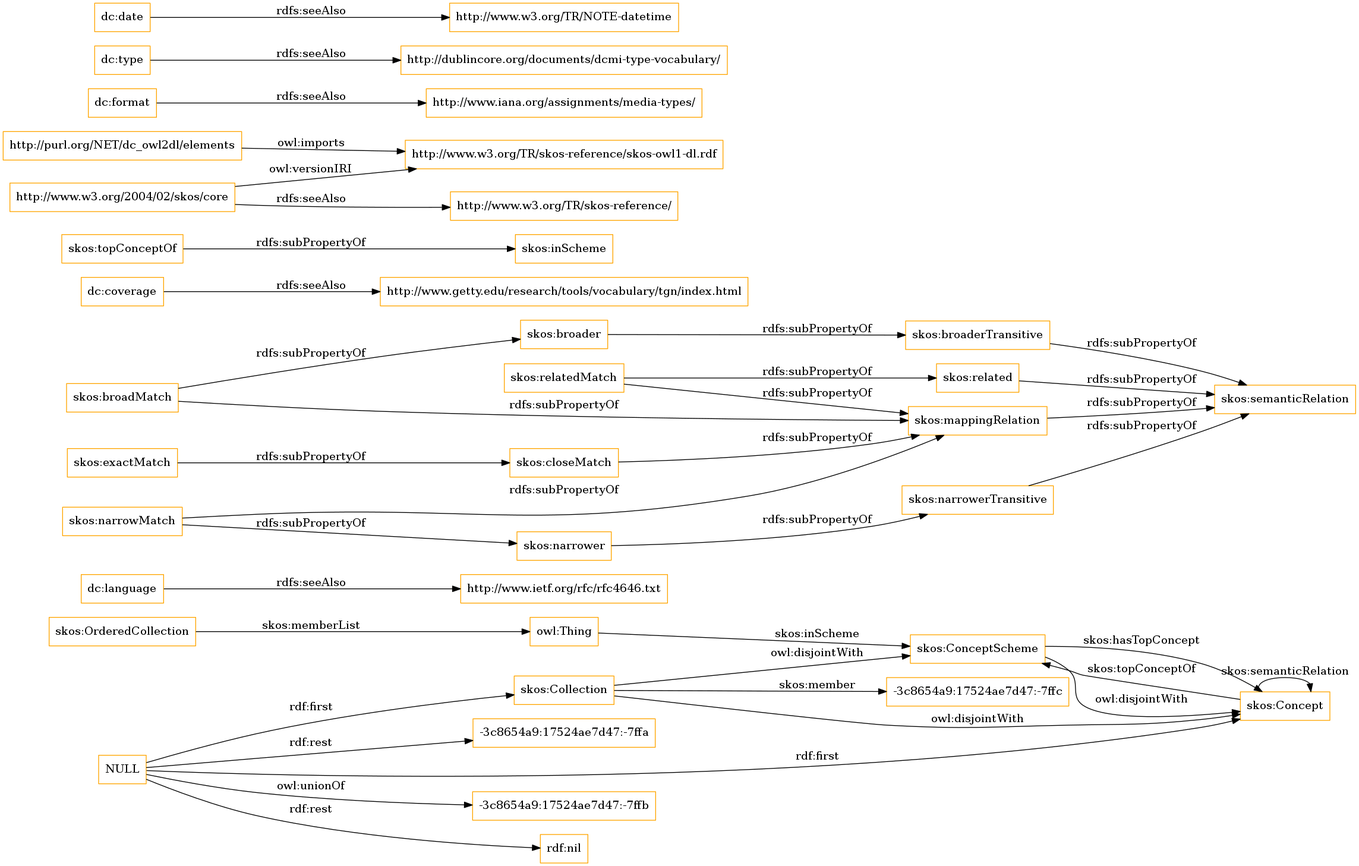
This is OnToology/imports/elements.owl/diagrams/ar2dtool-class/elements.owl.png from OnToologyUser/core-ontology-1, a Graphviz export, as it was before one commit. Its source is kept beside it as OnToology/imports/elements.owl/diagrams/ar2dtool-class/elements.owl.png.dot.
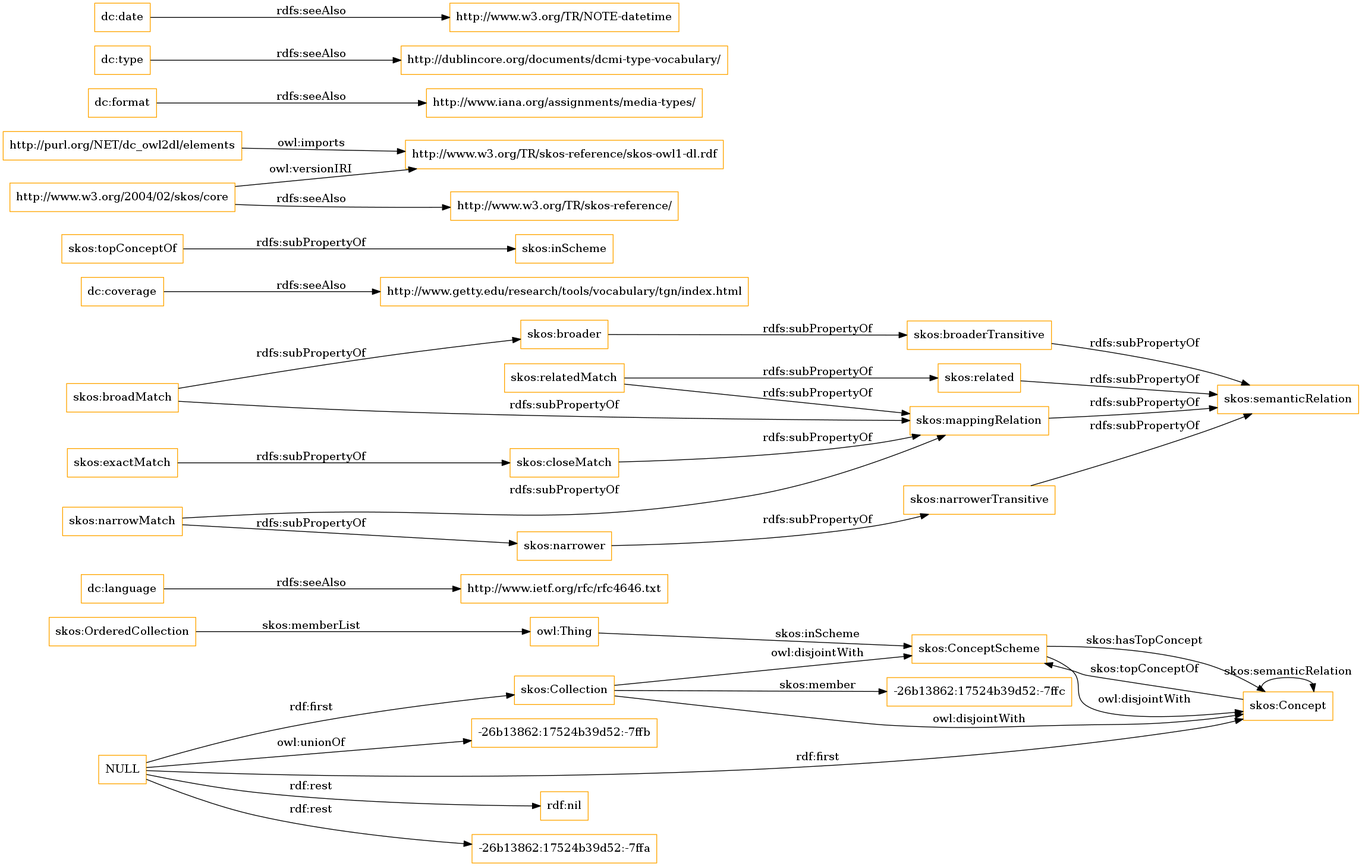
After the change.

Change to the diagram source:
```diff
@@ -1,13 +1,13 @@
 digraph ar2dtool_diagram {
 rankdir=LR;
 size="1501"
-node [shape = rectangle, color="orange"]; "-3c8654a9:17524ae7d47:-7ffc" "skos:OrderedCollection" "skos:Collection" "skos:ConceptScheme" "skos:Concept" ; /*classes style*/
+node [shape = rectangle, color="orange"]; "-26b13862:17524b39d52:-7ffc" "skos:OrderedCollection" "skos:Collection" "skos:ConceptScheme" "skos:Concept" ; /*classes style*/
 	"dc:language" -> "http://www.ietf.org/rfc/rfc4646.txt" [ label = "rdfs:seeAlso" ];
-	"NULL" -> "-3c8654a9:17524ae7d47:-7ffb" [ label = "owl:unionOf" ];
 	"NULL" -> "rdf:nil" [ label = "rdf:rest" ];
 	"NULL" -> "skos:Collection" [ label = "rdf:first" ];
-	"NULL" -> "-3c8654a9:17524ae7d47:-7ffa" [ label = "rdf:rest" ];
+	"NULL" -> "-26b13862:17524b39d52:-7ffa" [ label = "rdf:rest" ];
 	"NULL" -> "skos:Concept" [ label = "rdf:first" ];
+	"NULL" -> "-26b13862:17524b39d52:-7ffb" [ label = "owl:unionOf" ];
 	"skos:closeMatch" -> "skos:mappingRelation" [ label = "rdfs:subPropertyOf" ];
 	"dc:coverage" -> "http://www.getty.edu/research/tools/vocabulary/tgn/index.html" [ label = "rdfs:seeAlso" ];
 	"skos:relatedMatch" -> "skos:related" [ label = "rdfs:subPropertyOf" ];
@@ -36,7 +36,7 @@
 	"skos:OrderedCollection" -> "owl:Thing" [ label = "skos:memberList" ];
 	"skos:Concept" -> "skos:ConceptScheme" [ label = "skos:topConceptOf" ];
 	"skos:Concept" -> "skos:Concept" [ label = "skos:semanticRelation" ];
-	"skos:Collection" -> "-3c8654a9:17524ae7d47:-7ffc" [ label = "skos:member" ];
+	"skos:Collection" -> "-26b13862:17524b39d52:-7ffc" [ label = "skos:member" ];
 	"skos:ConceptScheme" -> "skos:Concept" [ label = "skos:hasTopConcept" ];
 	"owl:Thing" -> "skos:ConceptScheme" [ label = "skos:inScheme" ];
 
```
